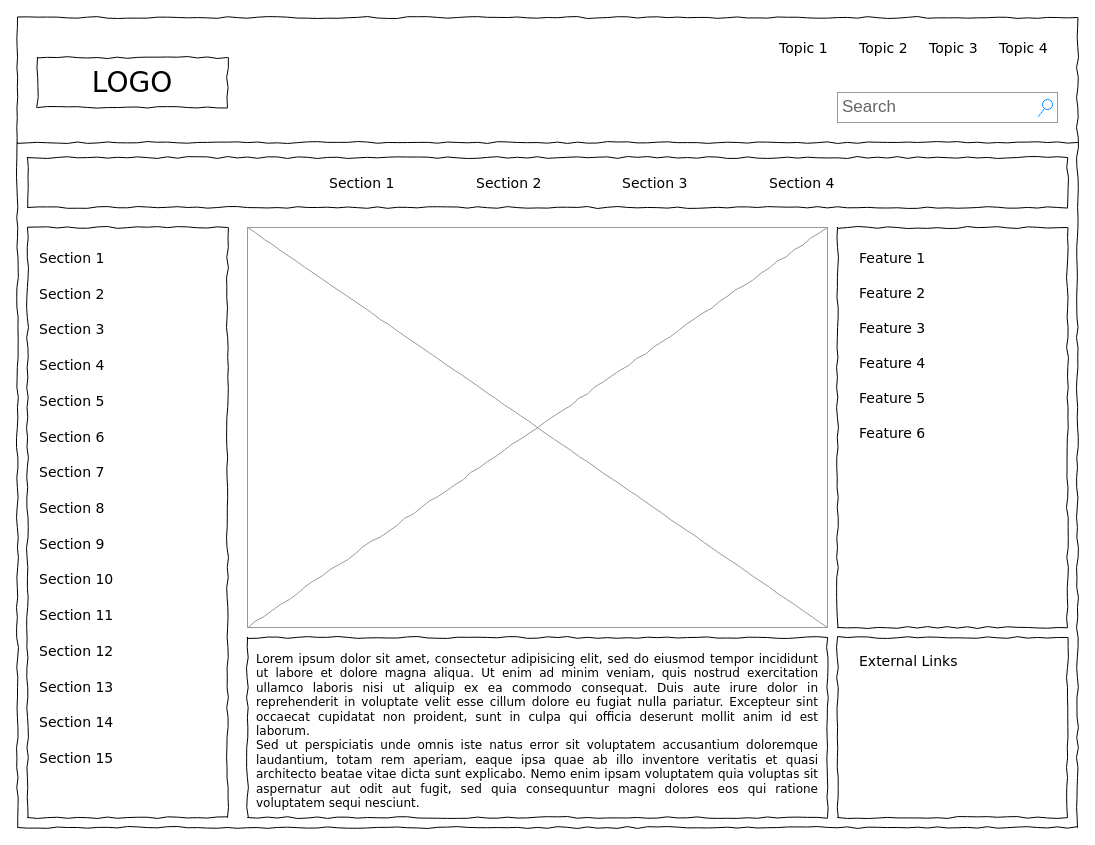
jmd543/Final_Project keeps this draw.io diagram as Wireframe_Donahue.drawio. Above is the earlier version. Source tidied: cells renumbered, new cells numbered last; positions are measured from the earlier drawing's top-left corner, leaving out a move shared by most shapes. Both pictures are drawn from the tidied source at 100%, with x=0, y=0 at pixel (17, 17).
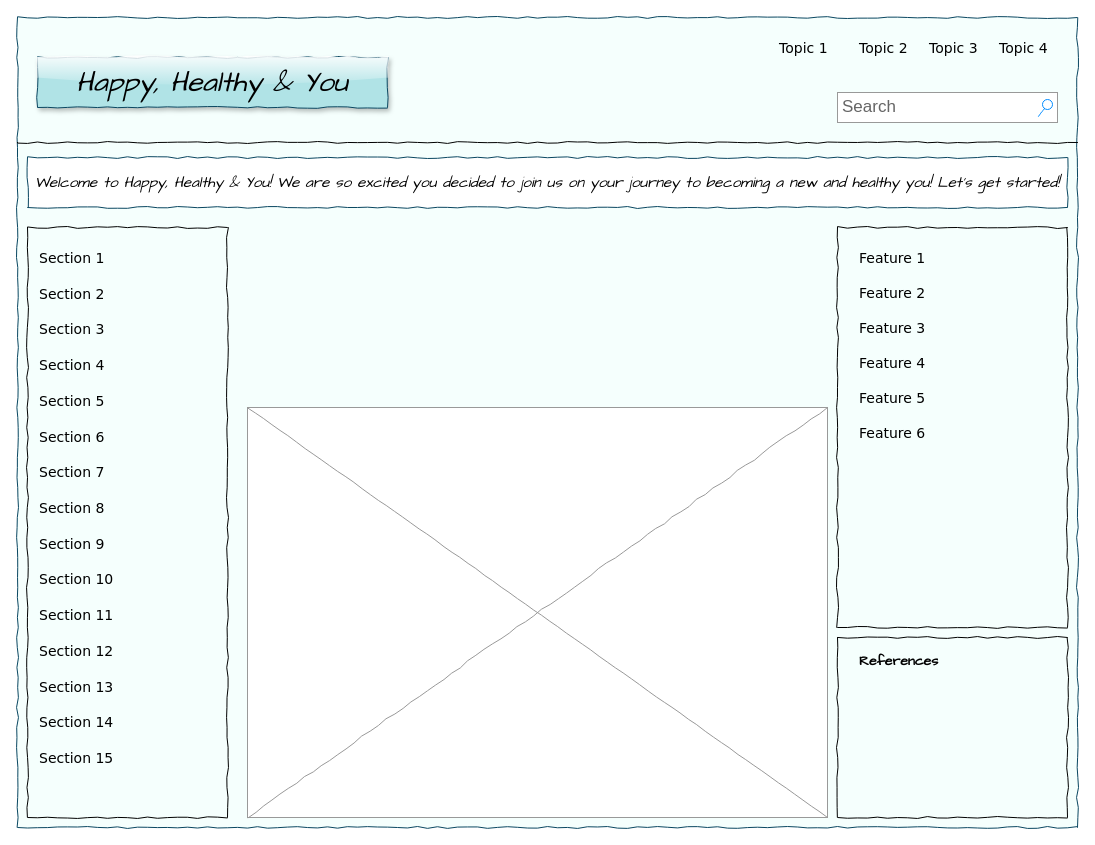
After the change.

The edit, as a diff of the source:
```diff
@@
-    <mxCell id="2" style="whiteSpace=wrap;html=1;rounded=0;shadow=0;labelBackgroundColor=none;strokeColor=#000000;strokeWidth=1;fillColor=none;fontFamily=Verdana;fontSize=12;fontColor=#000000;align=center;comic=1;" parent="1" vertex="1">
+    <mxCell id="2" style="whiteSpace=wrap;html=1;rounded=0;shadow=0;labelBackgroundColor=none;strokeColor=#0A4761;strokeWidth=1;fillColor=#F5FFFD;fontFamily=Verdana;fontSize=12;align=center;comic=1;" parent="1" vertex="1">
       <mxGeometry width="1060" height="810" as="geometry" />
     </mxCell>
-    <mxCell id="3" value="LOGO" style="whiteSpace=wrap;html=1;rounded=0;shadow=0;labelBackgroundColor=none;strokeWidth=1;fontFamily=Verdana;fontSize=28;align=center;comic=1;" parent="1" vertex="1">
-      <mxGeometry x="20" y="40" width="190" height="50" as="geometry" />
+    <mxCell id="3" value="Happy, Healthy &amp;amp; You" style="whiteSpace=wrap;html=1;rounded=0;shadow=1;labelBackgroundColor=none;strokeWidth=1;fontFamily=Comic Sans MS;fontSize=28;align=center;comic=1;fillColor=#b0e3e6;strokeColor=#0A4761;glass=1;sketch=0;fontStyle=2;" parent="1" vertex="1">
+      <mxGeometry x="20" y="40" width="350" height="50" as="geometry" />
     </mxCell>
@@
-    <mxCell id="11" style="whiteSpace=wrap;html=1;rounded=0;shadow=0;labelBackgroundColor=none;strokeWidth=1;fillColor=none;fontFamily=Verdana;fontSize=12;align=center;comic=1;" parent="1" vertex="1">
+    <mxCell id="11" value="Welcome to Happy, Healthy &amp;amp; You! We are so excited you decided to join us on your journey to becoming a new and healthy you! Let's get started!" style="whiteSpace=wrap;html=1;rounded=0;shadow=0;labelBackgroundColor=none;strokeWidth=1;fontFamily=Comic Sans MS;fontSize=15;align=center;comic=1;fontStyle=2;strokeColor=#0A4761;" parent="1" vertex="1">
       <mxGeometry x="10" y="140" width="1040" height="50" as="geometry" />
     </mxCell>
-    <mxCell id="12" value="Section 1" style="text;html=1;align=left;verticalAlign=top;spacingTop=-4;fontSize=14;fontFamily=Verdana;" parent="1" vertex="1">
-      <mxGeometry x="310" y="155" width="60" height="20" as="geometry" />
-    </mxCell>
-    <mxCell id="13" value="Section 2" style="text;html=1;align=left;verticalAlign=top;spacingTop=-4;fontSize=14;fontFamily=Verdana;" parent="1" vertex="1">
-      <mxGeometry x="457" y="155" width="60" height="20" as="geometry" />
-    </mxCell>
-    <mxCell id="14" value="Section 3" style="text;html=1;align=left;verticalAlign=top;spacingTop=-4;fontSize=14;fontFamily=Verdana;" parent="1" vertex="1">
-      <mxGeometry x="603" y="155" width="60" height="20" as="geometry" />
-    </mxCell>
-    <mxCell id="15" value="Section 4" style="text;html=1;align=left;verticalAlign=top;spacingTop=-4;fontSize=14;fontFamily=Verdana;" parent="1" vertex="1">
-      <mxGeometry x="750" y="155" width="60" height="20" as="geometry" />
-    </mxCell>
-    <mxCell id="16" value="&lt;div style=&quot;text-align: justify&quot;&gt;&lt;span&gt;Lorem ipsum dolor sit amet, consectetur adipisicing elit, sed do eiusmod tempor incididunt ut labore et dolore magna aliqua. Ut enim ad minim veniam, quis nostrud exercitation ullamco laboris nisi ut aliquip ex ea commodo consequat. Duis aute irure dolor in reprehenderit in voluptate velit esse cillum dolore eu fugiat nulla pariatur. Excepteur sint occaecat cupidatat non proident, sunt in culpa qui officia deserunt mollit anim id est laborum.&lt;/span&gt;&lt;/div&gt;&lt;div style=&quot;text-align: justify&quot;&gt;&lt;span&gt;Sed ut perspiciatis unde omnis iste natus error sit voluptatem accusantium doloremque laudantium, totam rem aperiam, eaque ipsa quae ab illo inventore veritatis et quasi architecto beatae vitae dicta sunt explicabo. Nemo enim ipsam voluptatem quia voluptas sit aspernatur aut odit aut fugit, sed quia consequuntur magni dolores eos qui ratione voluptatem sequi nesciunt.&amp;nbsp;&lt;/span&gt;&lt;/div&gt;" style="whiteSpace=wrap;html=1;rounded=0;shadow=0;labelBackgroundColor=none;strokeWidth=1;fillColor=none;fontFamily=Verdana;fontSize=12;align=center;verticalAlign=top;spacing=10;comic=1;" parent="1" vertex="1">
-      <mxGeometry x="230" y="620" width="580" height="180" as="geometry" />
-    </mxCell>
     <mxCell id="17" style="verticalLabelPosition=bottom;shadow=0;dashed=0;align=center;html=1;verticalAlign=top;strokeWidth=1;shape=mxgraph.mockup.graphics.simpleIcon;strokeColor=#999999;rounded=0;labelBackgroundColor=none;fontFamily=Verdana;fontSize=14;fontColor=#000000;comic=1;" parent="1" vertex="1">
-      <mxGeometry x="230" y="210" width="580" height="400" as="geometry" />
+      <mxGeometry x="230" y="390" width="580" height="410" as="geometry" />
     </mxCell>
@@
-    <mxCell id="35" value="External Links" style="text;html=1;align=left;verticalAlign=top;spacingTop=-4;fontSize=14;fontFamily=Verdana;" parent="1" vertex="1">
+    <mxCell id="35" value="References" style="text;html=1;align=left;verticalAlign=top;spacingTop=-4;fontSize=14;fontFamily=Comic Sans MS;fontStyle=1;" parent="1" vertex="1">
       <mxGeometry x="840" y="633" width="170" height="20" as="geometry" />
     </mxCell>
```
